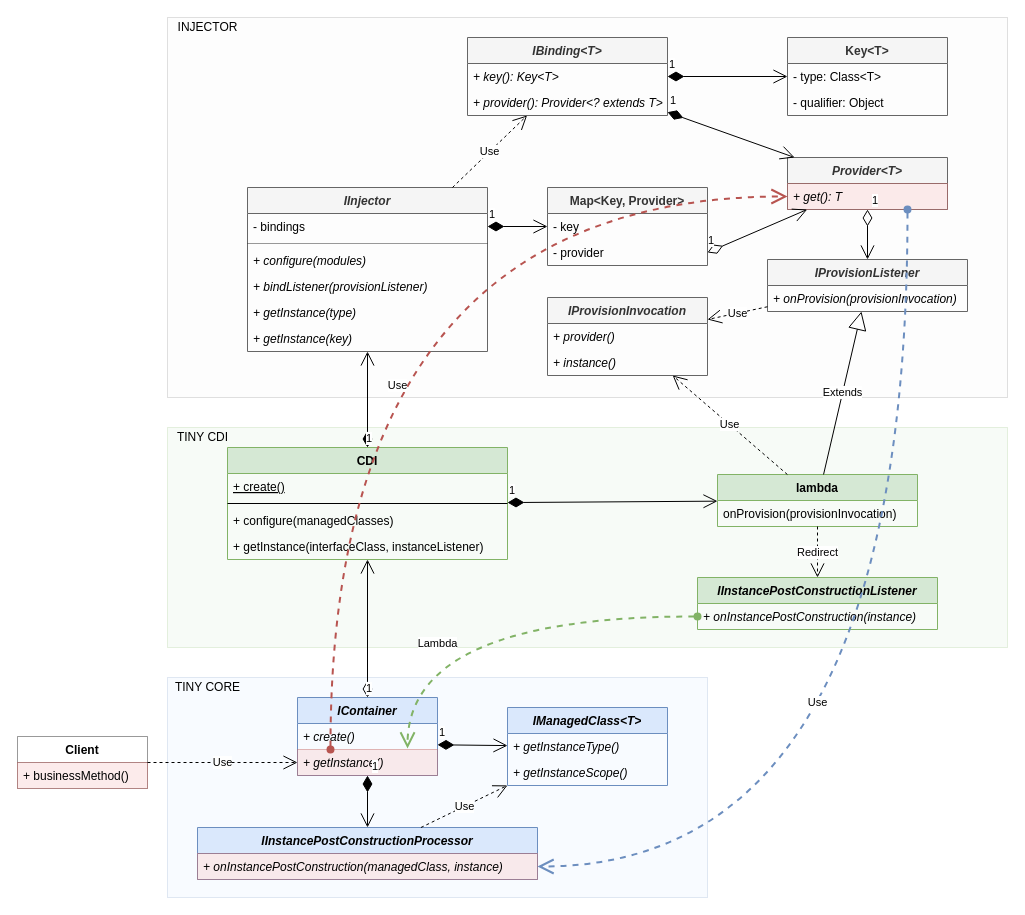
The draw.io diagram page "CDI Collaboration" (1 of 3) of docs/cdi.drawio in js-lib-com/tiny-container, before the edit. Source tidied: cells renumbered, new cells numbered last; positions are measured from the earlier drawing's top-left corner, leaving out a move shared by most shapes. Both pictures are drawn from the tidied source at 100%, with x=0, y=0 at pixel (17, 17).
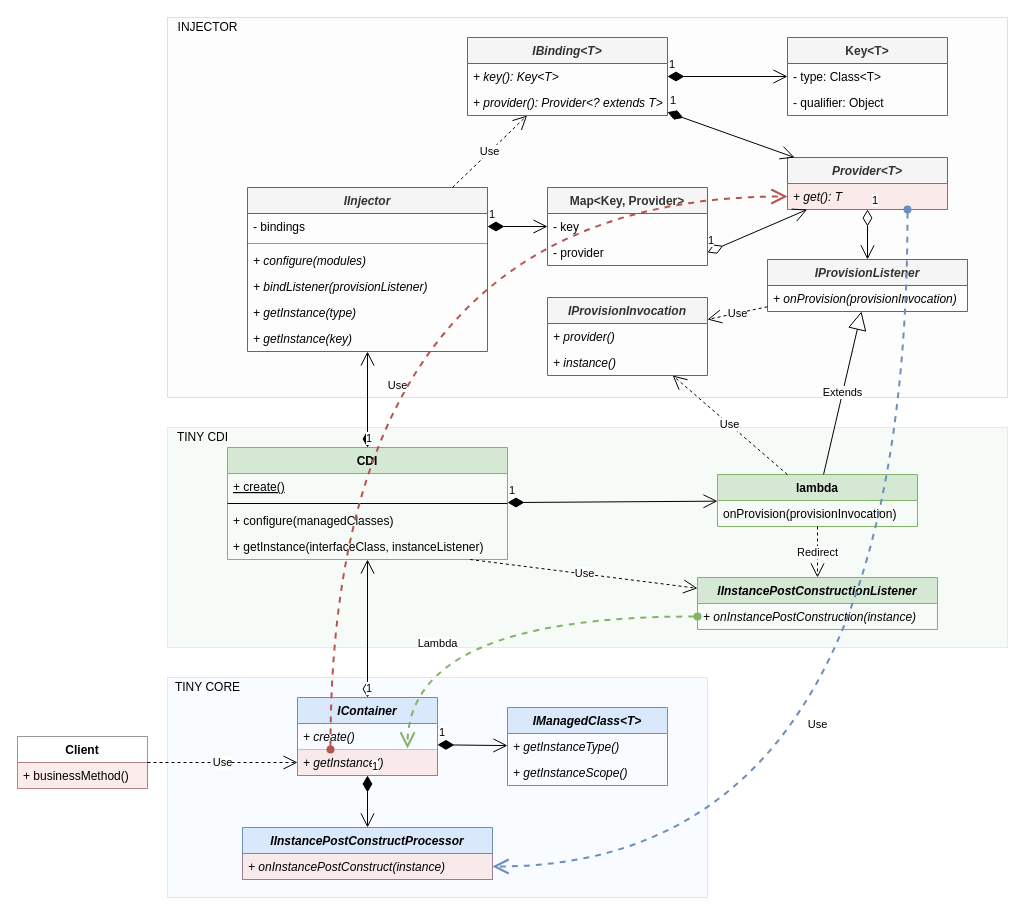
After the change.

Unchanged cells that the change refers to:
```xml
<mxCell id="35" value="+ getInstance(interfaceClass, instanceListener)" style="text;strokeColor=none;fillColor=none;align=left;verticalAlign=top;spacingLeft=4;spacingRight=4;overflow=hidden;points=[[0,0.5],[1,0.5]];portConstraint=eastwest;" parent="31" vertex="1">
  <mxGeometry y="86" width="280" height="26" as="geometry" />
</mxCell>
<mxCell id="59" value="IManagedClass&lt;T&gt;" style="swimlane;fontStyle=3;horizontal=1;startSize=26;fillColor=#dae8fc;strokeColor=#6c8ebf;" parent="1" vertex="1">
  <mxGeometry x="490" y="690" width="160" height="78" as="geometry" />
</mxCell>
<mxCell id="64" value="IInstancePostConstructionListener" style="swimlane;fontStyle=3;horizontal=1;startSize=26;fillColor=#d5e8d4;strokeColor=#82b366;" parent="1" vertex="1">
  <mxGeometry x="680" y="560" width="240" height="52" as="geometry" />
</mxCell>
```

Diff of the diagram source:
```diff
@@
-    <mxCell id="44" value="IInstancePostConstructionProcessor" style="swimlane;fontStyle=3;horizontal=1;startSize=26;fillColor=#dae8fc;strokeColor=#6c8ebf;" parent="1" vertex="1">
-      <mxGeometry x="180" y="810" width="340" height="52" as="geometry" />
+    <mxCell id="44" value="IInstancePostConstructProcessor" style="swimlane;fontStyle=3;horizontal=1;startSize=26;fillColor=#dae8fc;strokeColor=#6c8ebf;" parent="1" vertex="1">
+      <mxGeometry x="225" y="810" width="250" height="52" as="geometry" />
     </mxCell>
-    <mxCell id="45" value="+ onInstancePostConstruction(managedClass, instance)" style="text;strokeColor=#b85450;fillColor=#f8cecc;align=left;verticalAlign=top;spacingLeft=4;spacingRight=4;overflow=hidden;points=[[0,0.5],[1,0.5]];portConstraint=eastwest;opacity=40;fontStyle=2;" parent="44" vertex="1">
-      <mxGeometry y="26" width="340" height="26" as="geometry" />
+    <mxCell id="45" value="+ onInstancePostConstruct(instance)" style="text;strokeColor=#b85450;fillColor=#f8cecc;align=left;verticalAlign=top;spacingLeft=4;spacingRight=4;overflow=hidden;points=[[0,0.5],[1,0.5]];portConstraint=eastwest;opacity=40;fontStyle=2;" parent="44" vertex="1">
+      <mxGeometry y="26" width="250" height="26" as="geometry" />
     </mxCell>
@@
-    <mxCell id="55" value="Use" style="endArrow=open;endSize=12;dashed=1;html=1;rounded=0;strokeWidth=1;" parent="1" edge="1" source="44" target="59">
-      <mxGeometry relative="1" as="geometry" />
-    </mxCell>
@@
+    <mxCell id="55" value="Use" style="endArrow=open;endSize=12;dashed=1;html=1;rounded=0;" parent="1" edge="1" source="35" target="64">
+      <mxGeometry relative="1" as="geometry" />
+    </mxCell>
```
